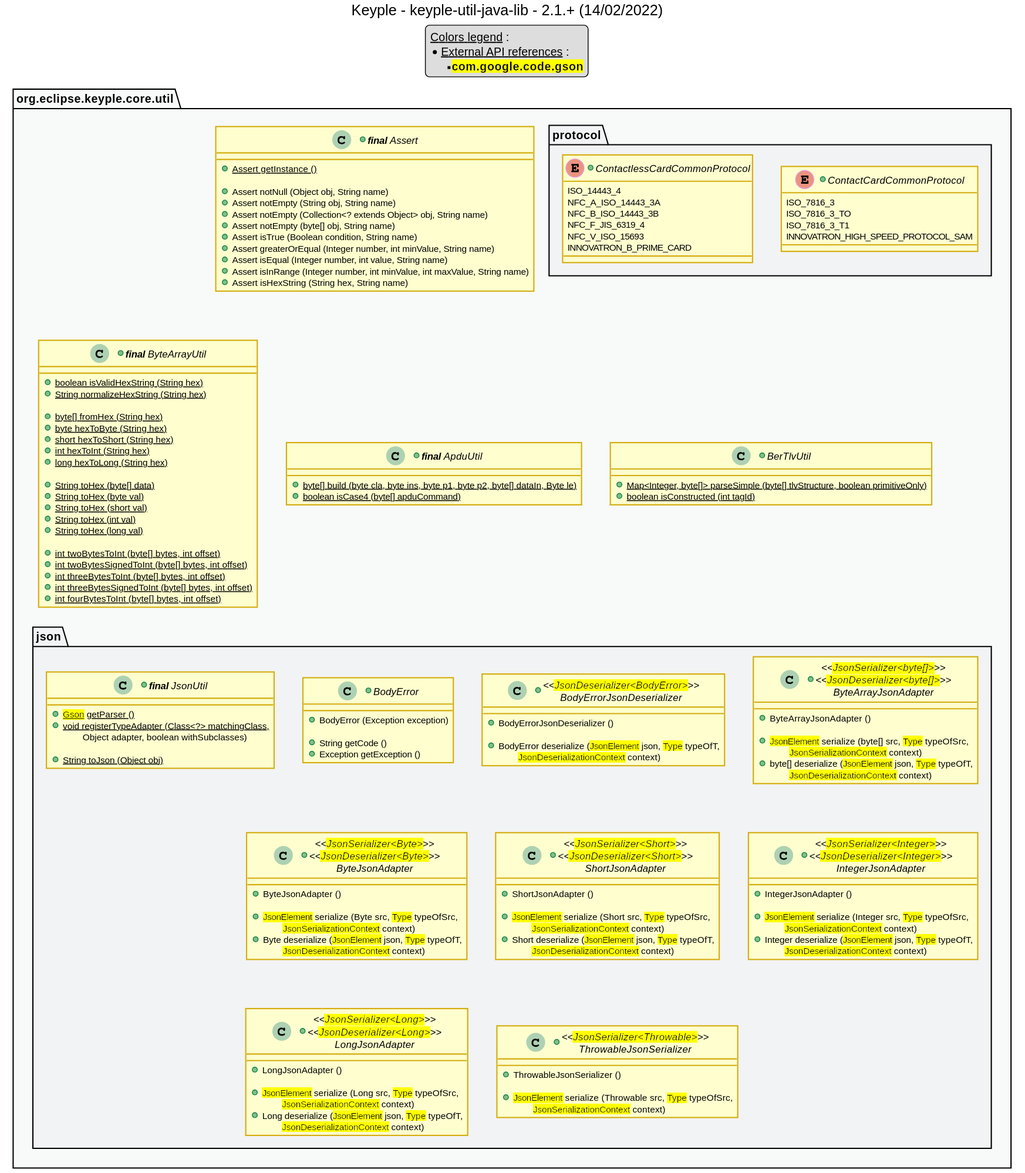
eclipse-keyple/keyple-util-java-lib keeps this PlantUML diagram as src/main/uml/api_class_diagram.svg. Above is the earlier version.
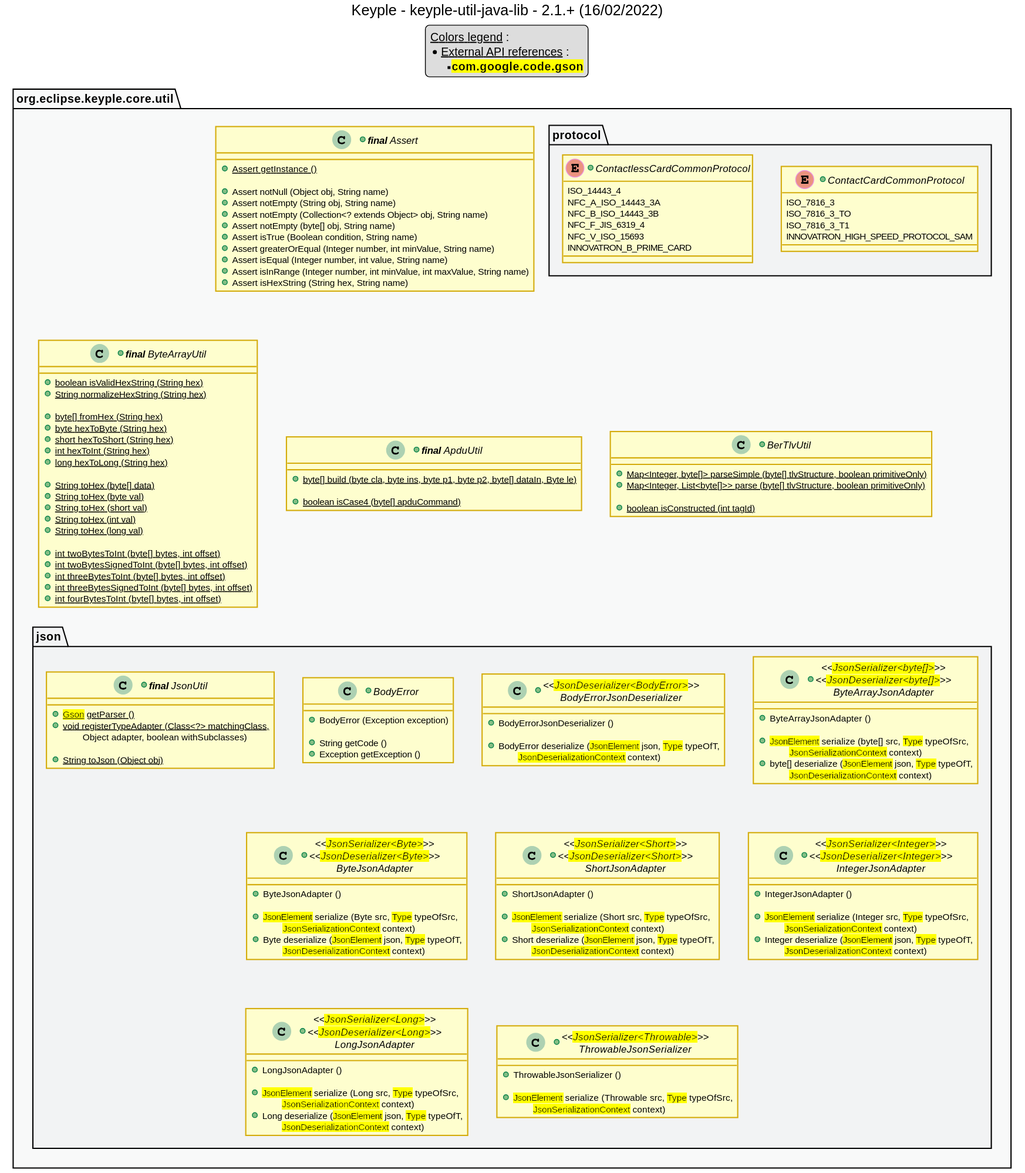
After the change.

Diff of the diagram source:
```diff
@@ -1,6 +1,6 @@
 @startuml
 title
-    Keyple - keyple-util-java-lib - 2.1.+ (14/02/2022)
+    Keyple - keyple-util-java-lib - 2.1.+ (16/02/2022)
 end title
 
 
@@ -81,10 +81,13 @@
     }
     +class "**final** ApduUtil" as ApduUtil {
         +{static} byte[] build (byte cla, byte ins, byte p1, byte p2, byte[] dataIn, Byte le)
+
         +{static} boolean isCase4 (byte[] apduCommand)
     }
     +class BerTlvUtil {
         +{static} Map<Integer, byte[]> parseSimple (byte[] tlvStructure, boolean primitiveOnly)
+        +{static} Map<Integer, List<byte[]>> parse (byte[] tlvStructure, boolean primitiveOnly)
+
         +{static} boolean isConstructed (int tagId)
     }
     package json {
```
